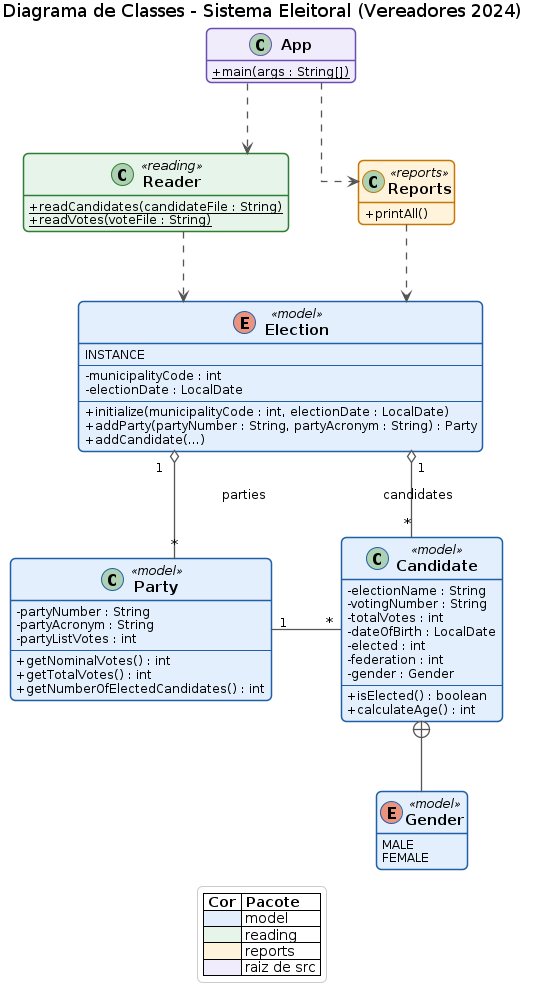
Before: diagram.png, a diagram exported from PlantUML (heitorvalim7/Brazilian-Electoral-Analyzer). Its source is kept beside it as diagram.puml. The source it was exported from:
```plantuml
@startuml
title Diagrama de Classes - Sistema Eleitoral (Vereadores 2024)

skinparam linetype ortho
skinparam shadowing false
skinparam roundCorner 10
skinparam nodesep 70
skinparam ranksep 70
skinparam defaultFontName Arial
skinparam classAttributeIconSize 0
skinparam ArrowColor #555555
skinparam ArrowThickness 1.3
skinparam ClassFontStyle bold
skinparam ClassFontSize 15
skinparam ClassAttributeFontSize 12
skinparam TitleFontSize 18
skinparam LegendBackgroundColor white
skinparam LegendBorderColor #CCCCCC
hide empty members


class App #F1ECFB;line:6A4FB3 {
  {static} +main(args : String[])
}

class Reader <<reading>> #E6F4EA;line:2E7D32 {
  {static} +readCandidates(candidateFile : String)
  {static} +readVotes(voteFile : String)
}

class Reports <<reports>> #FFF3DC;line:C77700 {
  +printAll()
}

enum Election <<model>> #E3EFFC;line:1F5FA8 {
  INSTANCE
  --
  -municipalityCode : int
  -electionDate : LocalDate
  --
  +initialize(municipalityCode : int, electionDate : LocalDate)
  +addParty(partyNumber : String, partyAcronym : String) : Party
  +addCandidate(...)
}

class Party <<model>> #E3EFFC;line:1F5FA8 {
  -partyNumber : String
  -partyAcronym : String
  -partyListVotes : int
  --
  +getNominalVotes() : int
  +getTotalVotes() : int
  +getNumberOfElectedCandidates() : int
}

class Candidate <<model>> #E3EFFC;line:1F5FA8 {
  -electionName : String
  -votingNumber : String
  -totalVotes : int
  -dateOfBirth : LocalDate
  -elected : int
  -federation : int
  -gender : Gender
  --
  +isElected() : boolean
  +calculateAge() : int
}

enum Gender <<model>> #E3EFFC;line:1F5FA8 {
  MALE
  FEMALE
}


App .down.> Reader
App .down.> Reports
Reader -[hidden]right- Reports

Reader .down.> Election
Reports .down.> Election

Election "1" o-down- "*" Party : parties
Election "1" o-down- "*" Candidate : candidates

Party "1" -right- "*" Candidate

Candidate +-down- Gender

legend bottom
  |= Cor |= Pacote |
  |<#E3EFFC>   | model |
  |<#E6F4EA>   | reading |
  |<#FFF3DC>   | reports |
  |<#F1ECFB>   | raiz de src |
endlegend

@enduml
```
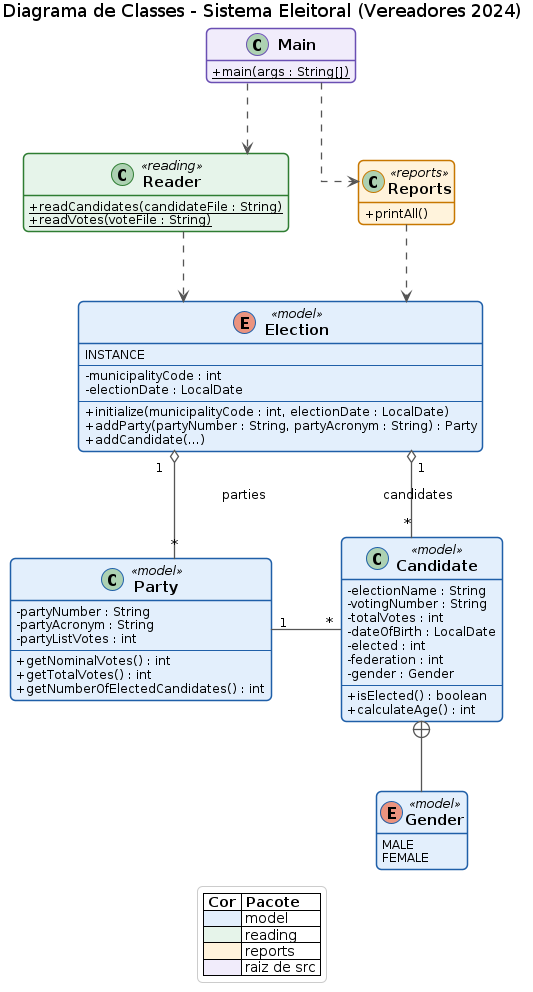
The same file after the commit.

Commit message:
fix: corrigindo uml

The edit, as a diff of the source:
```diff
@@ -19,7 +19,7 @@
 hide empty members
 
 
-class App #F1ECFB;line:6A4FB3 {
+class Main #F1ECFB;line:6A4FB3 {
   {static} +main(args : String[])
 }
 
@@ -72,8 +72,8 @@
 }
 
 
-App .down.> Reader
-App .down.> Reports
+Main .down.> Reader
+Main .down.> Reports
 Reader -[hidden]right- Reports
 
 Reader .down.> Election
```
